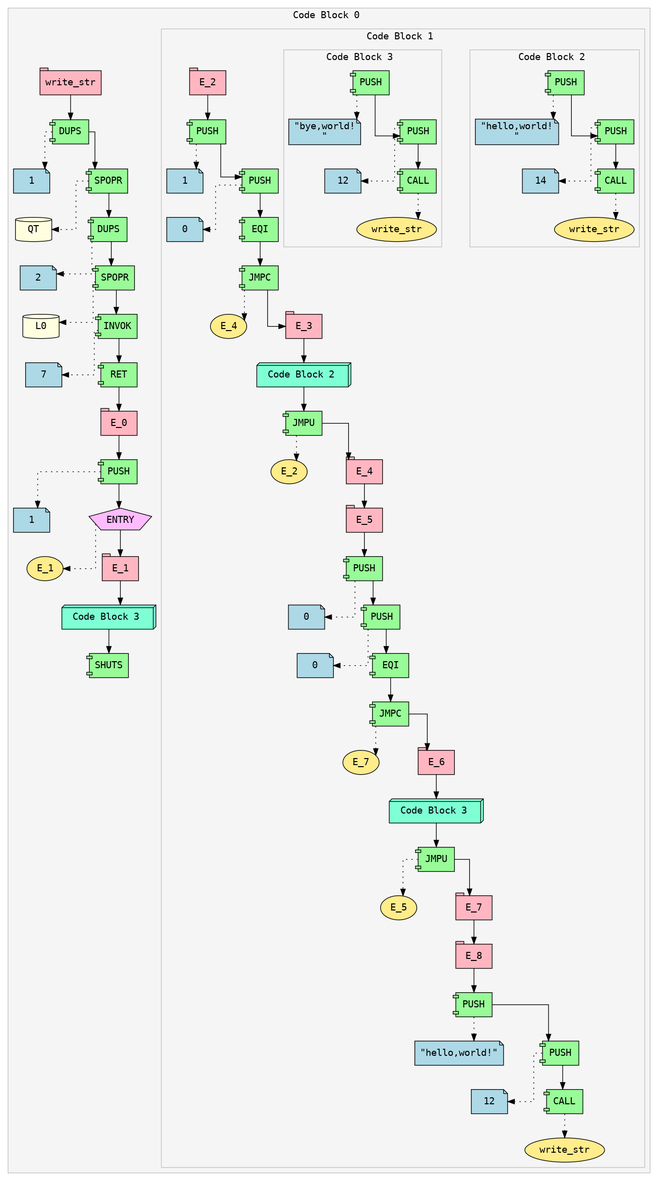
Above: ir.png in Soham-Metha/IICT_Segfault_2025 (Graphviz), before the change. Its source is kept beside it as ir.dot.
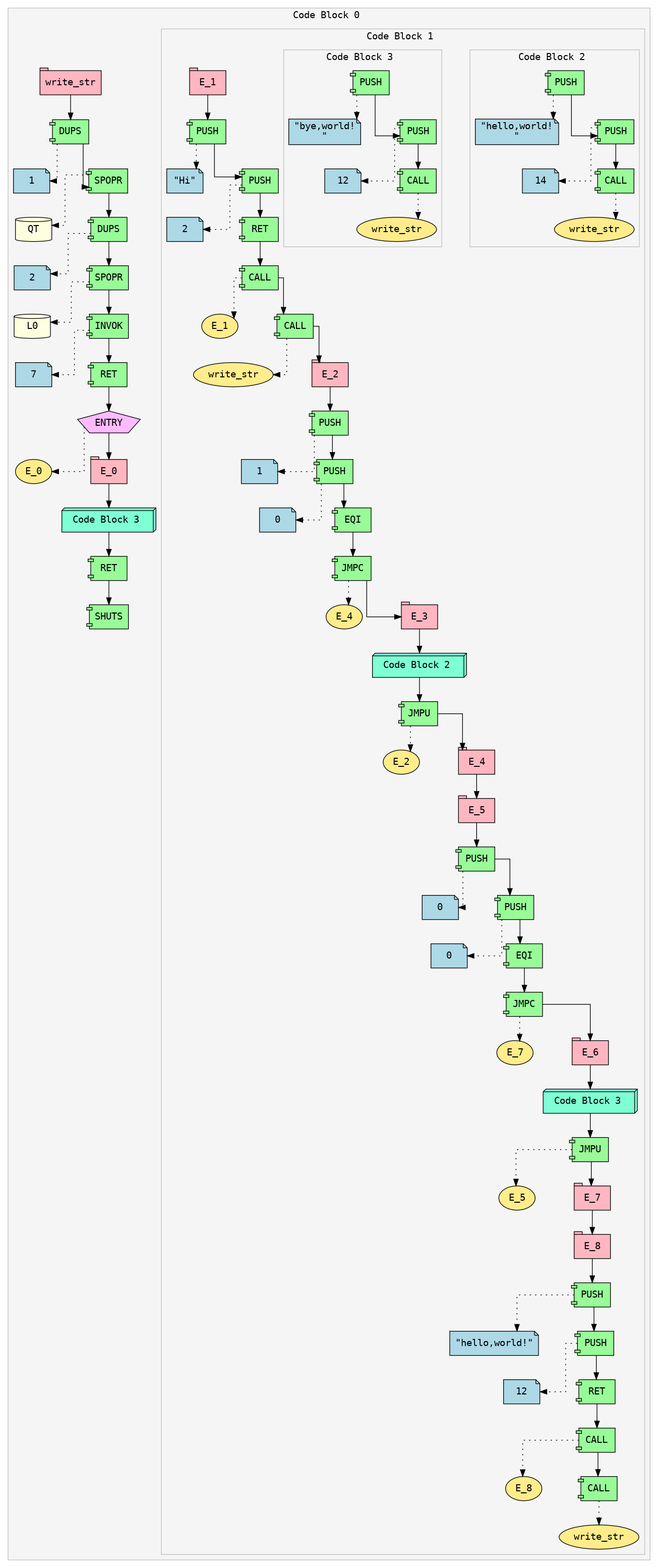
The same file after the commit.

What changed in the source:
```diff
@@ -31,129 +31,151 @@
 Expr_8 -> Expr_10;
 Expr_12 [shape=component style=filled fillcolor=palegreen fontname="Courier" label="RET"]
 Expr_10 -> Expr_12;
-Expr_13 [shape=tab style=filled fillcolor=lightpink fontname="Courier" label="E_0"]
+Expr_13 [shape=pentagon style=filled fillcolor=plum1 fontname="Courier" label="ENTRY"]
+Expr_14 [shape=ellipse style=filled fillcolor=lightgoldenrod1 fontname="Courier" label="E_0"]
+Expr_13 -> Expr_14 [style=dotted]
 Expr_12 -> Expr_13;
-Expr_14 [shape=component style=filled fillcolor=palegreen fontname="Courier" label="PUSH"]
-Expr_15 [shape=note style=filled fillcolor=lightblue fontname="Courier" label="1"]
-Expr_14 -> Expr_15 [style=dotted]
-Expr_13 -> Expr_14;
-Expr_16 [shape=pentagon style=filled fillcolor=plum1 fontname="Courier" label="ENTRY"]
-Expr_17 [shape=ellipse style=filled fillcolor=lightgoldenrod1 fontname="Courier" label="E_1"]
-Expr_16 -> Expr_17 [style=dotted]
-Expr_14 -> Expr_16;
-Expr_18 [shape=tab style=filled fillcolor=lightpink fontname="Courier" label="E_1"]
-Expr_16 -> Expr_18;
-subgraph cluster_19 {
+Expr_15 [shape=tab style=filled fillcolor=lightpink fontname="Courier" label="E_0"]
+Expr_13 -> Expr_15;
+subgraph cluster_16 {
 label="Code Block 1 ";
 style=filled;
 color=gray;
 fillcolor=whitesmoke;
 fontname="Courier";
-Expr_20 [shape=tab style=filled fillcolor=lightpink fontname="Courier" label="E_2"]
-Expr_21 [shape=component style=filled fillcolor=palegreen fontname="Courier" label="PUSH"]
-Expr_22 [shape=note style=filled fillcolor=lightblue fontname="Courier" label="1"]
-Expr_21 -> Expr_22 [style=dotted]
-Expr_20 -> Expr_21;
-Expr_23 [shape=component style=filled fillcolor=palegreen fontname="Courier" label="PUSH"]
-Expr_24 [shape=note style=filled fillcolor=lightblue fontname="Courier" label="0"]
+Expr_17 [shape=tab style=filled fillcolor=lightpink fontname="Courier" label="E_1"]
+Expr_18 [shape=component style=filled fillcolor=palegreen fontname="Courier" label="PUSH"]
+Expr_19 [shape=note style=filled fillcolor=lightblue fontname="Courier" label="\"Hi\""]
+Expr_18 -> Expr_19 [style=dotted]
+Expr_17 -> Expr_18;
+Expr_20 [shape=component style=filled fillcolor=palegreen fontname="Courier" label="PUSH"]
+Expr_21 [shape=note style=filled fillcolor=lightblue fontname="Courier" label="2"]
+Expr_20 -> Expr_21 [style=dotted]
+Expr_18 -> Expr_20;
+Expr_22 [shape=component style=filled fillcolor=palegreen fontname="Courier" label="RET"]
+Expr_20 -> Expr_22;
+Expr_23 [shape=component style=filled fillcolor=palegreen fontname="Courier" label="CALL"]
+Expr_24 [shape=ellipse style=filled fillcolor=lightgoldenrod1 fontname="Courier" label="E_1"]
 Expr_23 -> Expr_24 [style=dotted]
-Expr_21 -> Expr_23;
-Expr_25 [shape=component style=filled fillcolor=palegreen fontname="Courier" label="EQI"]
+Expr_22 -> Expr_23;
+Expr_25 [shape=component style=filled fillcolor=palegreen fontname="Courier" label="CALL"]
+Expr_26 [shape=ellipse style=filled fillcolor=lightgoldenrod1 fontname="Courier" label="write_str"]
+Expr_25 -> Expr_26 [style=dotted]
 Expr_23 -> Expr_25;
-Expr_26 [shape=component style=filled fillcolor=palegreen fontname="Courier" label="JMPC"]
-Expr_27 [shape=ellipse style=filled fillcolor=lightgoldenrod1 fontname="Courier" label="E_4"]
-Expr_26 -> Expr_27 [style=dotted]
-Expr_25 -> Expr_26;
-Expr_28 [shape=tab style=filled fillcolor=lightpink fontname="Courier" label="E_3"]
-Expr_26 -> Expr_28;
-subgraph cluster_29 {
+Expr_27 [shape=tab style=filled fillcolor=lightpink fontname="Courier" label="E_2"]
+Expr_25 -> Expr_27;
+Expr_28 [shape=component style=filled fillcolor=palegreen fontname="Courier" label="PUSH"]
+Expr_29 [shape=note style=filled fillcolor=lightblue fontname="Courier" label="1"]
+Expr_28 -> Expr_29 [style=dotted]
+Expr_27 -> Expr_28;
+Expr_30 [shape=component style=filled fillcolor=palegreen fontname="Courier" label="PUSH"]
+Expr_31 [shape=note style=filled fillcolor=lightblue fontname="Courier" label="0"]
+Expr_30 -> Expr_31 [style=dotted]
+Expr_28 -> Expr_30;
+Expr_32 [shape=component style=filled fillcolor=palegreen fontname="Courier" label="EQI"]
+Expr_30 -> Expr_32;
+Expr_33 [shape=component style=filled fillcolor=palegreen fontname="Courier" label="JMPC"]
+Expr_34 [shape=ellipse style=filled fillcolor=lightgoldenrod1 fontname="Courier" label="E_4"]
+Expr_33 -> Expr_34 [style=dotted]
+Expr_32 -> Expr_33;
+Expr_35 [shape=tab style=filled fillcolor=lightpink fontname="Courier" label="E_3"]
+Expr_33 -> Expr_35;
+subgraph cluster_36 {
 label="Code Block 2 ";
 style=filled;
 color=gray;
 fillcolor=whitesmoke;
 fontname="Courier";
-Expr_30 [shape=component style=filled fillcolor=palegreen fontname="Courier" label="PUSH"]
-Expr_31 [shape=note style=filled fillcolor=lightblue fontname="Courier" label="\"hello,world!\n\""]
-Expr_30 -> Expr_31 [style=dotted]
-Expr_32 [shape=component style=filled fillcolor=palegreen fontname="Courier" label="PUSH"]
-Expr_33 [shape=note style=filled fillcolor=lightblue fontname="Courier" label="14"]
-Expr_32 -> Expr_33 [style=dotted]
-Expr_30 -> Expr_32;
-Expr_34 [shape=component style=filled fillcolor=palegreen fontname="Courier" label="CALL"]
-Expr_35 [shape=ellipse style=filled fillcolor=lightgoldenrod1 fontname="Courier" label="write_str"]
-Expr_34 -> Expr_35 [style=dotted]
-Expr_32 -> Expr_34;
+Expr_37 [shape=component style=filled fillcolor=palegreen fontname="Courier" label="PUSH"]
+Expr_38 [shape=note style=filled fillcolor=lightblue fontname="Courier" label="\"hello,world!\n\""]
+Expr_37 -> Expr_38 [style=dotted]
+Expr_39 [shape=component style=filled fillcolor=palegreen fontname="Courier" label="PUSH"]
+Expr_40 [shape=note style=filled fillcolor=lightblue fontname="Courier" label="14"]
+Expr_39 -> Expr_40 [style=dotted]
+Expr_37 -> Expr_39;
+Expr_41 [shape=component style=filled fillcolor=palegreen fontname="Courier" label="CALL"]
+Expr_42 [shape=ellipse style=filled fillcolor=lightgoldenrod1 fontname="Courier" label="write_str"]
+Expr_41 -> Expr_42 [style=dotted]
+Expr_39 -> Expr_41;
 }
-Expr_29 [shape=box3d style=filled fillcolor=aquamarine fontname="Courier" label=" Code Block 2  "]
-Expr_28 -> Expr_29;
-Expr_36 [shape=component style=filled fillcolor=palegreen fontname="Courier" label="JMPU"]
-Expr_37 [shape=ellipse style=filled fillcolor=lightgoldenrod1 fontname="Courier" label="E_2"]
-Expr_36 -> Expr_37 [style=dotted]
-Expr_29 -> Expr_36;
-Expr_38 [shape=tab style=filled fillcolor=lightpink fontname="Courier" label="E_4"]
-Expr_36 -> Expr_38;
-Expr_39 [shape=tab style=filled fillcolor=lightpink fontname="Courier" label="E_5"]
-Expr_38 -> Expr_39;
-Expr_40 [shape=component style=filled fillcolor=palegreen fontname="Courier" label="PUSH"]
-Expr_41 [shape=note style=filled fillcolor=lightblue fontname="Courier" label="0"]
-Expr_40 -> Expr_41 [style=dotted]
-Expr_39 -> Expr_40;
-Expr_42 [shape=component style=filled fillcolor=palegreen fontname="Courier" label="PUSH"]
-Expr_43 [shape=note style=filled fillcolor=lightblue fontname="Courier" label="0"]
-Expr_42 -> Expr_43 [style=dotted]
-Expr_40 -> Expr_42;
-Expr_44 [shape=component style=filled fillcolor=palegreen fontname="Courier" label="EQI"]
-Expr_42 -> Expr_44;
-Expr_45 [shape=component style=filled fillcolor=palegreen fontname="Courier" label="JMPC"]
-Expr_46 [shape=ellipse style=filled fillcolor=lightgoldenrod1 fontname="Courier" label="E_7"]
-Expr_45 -> Expr_46 [style=dotted]
-Expr_44 -> Expr_45;
-Expr_47 [shape=tab style=filled fillcolor=lightpink fontname="Courier" label="E_6"]
-Expr_45 -> Expr_47;
-subgraph cluster_48 {
+Expr_36 [shape=box3d style=filled fillcolor=aquamarine fontname="Courier" label=" Code Block 2  "]
+Expr_35 -> Expr_36;
+Expr_43 [shape=component style=filled fillcolor=palegreen fontname="Courier" label="JMPU"]
+Expr_44 [shape=ellipse style=filled fillcolor=lightgoldenrod1 fontname="Courier" label="E_2"]
+Expr_43 -> Expr_44 [style=dotted]
+Expr_36 -> Expr_43;
+Expr_45 [shape=tab style=filled fillcolor=lightpink fontname="Courier" label="E_4"]
+Expr_43 -> Expr_45;
+Expr_46 [shape=tab style=filled fillcolor=lightpink fontname="Courier" label="E_5"]
+Expr_45 -> Expr_46;
+Expr_47 [shape=component style=filled fillcolor=palegreen fontname="Courier" label="PUSH"]
+Expr_48 [shape=note style=filled fillcolor=lightblue fontname="Courier" label="0"]
+Expr_47 -> Expr_48 [style=dotted]
+Expr_46 -> Expr_47;
+Expr_49 [shape=component style=filled fillcolor=palegreen fontname="Courier" label="PUSH"]
+Expr_50 [shape=note style=filled fillcolor=lightblue fontname="Courier" label="0"]
+Expr_49 -> Expr_50 [style=dotted]
+Expr_47 -> Expr_49;
+Expr_51 [shape=component style=filled fillcolor=palegreen fontname="Courier" label="EQI"]
+Expr_49 -> Expr_51;
+Expr_52 [shape=component style=filled fillcolor=palegreen fontname="Courier" label="JMPC"]
+Expr_53 [shape=ellipse style=filled fillcolor=lightgoldenrod1 fontname="Courier" label="E_7"]
+Expr_52 -> Expr_53 [style=dotted]
+Expr_51 -> Expr_52;
+Expr_54 [shape=tab style=filled fillcolor=lightpink fontname="Courier" label="E_6"]
+Expr_52 -> Expr_54;
+subgraph cluster_55 {
 label="Code Block 3 ";
 style=filled;
 color=gray;
 fillcolor=whitesmoke;
 fontname="Courier";
-Expr_49 [shape=component style=filled fillcolor=palegreen fontname="Courier" label="PUSH"]
-Expr_50 [shape=note style=filled fillcolor=lightblue fontname="Courier" label="\"bye,world!\n\""]
-Expr_49 -> Expr_50 [style=dotted]
-Expr_51 [shape=component style=filled fillcolor=palegreen fontname="Courier" label="PUSH"]
-Expr_52 [shape=note style=filled fillcolor=lightblue fontname="Courier" label="12"]
-Expr_51 -> Expr_52 [style=dotted]
-Expr_49 -> Expr_51;
-Expr_53 [shape=component style=filled fillcolor=palegreen fontname="Courier" label="CALL"]
-Expr_54 [shape=ellipse style=filled fillcolor=lightgoldenrod1 fontname="Courier" label="write_str"]
-Expr_53 -> Expr_54 [style=dotted]
-Expr_51 -> Expr_53;
+Expr_56 [shape=component style=filled fillcolor=palegreen fontname="Courier" label="PUSH"]
+Expr_57 [shape=note style=filled fillcolor=lightblue fontname="Courier" label="\"bye,world!\n\""]
+Expr_56 -> Expr_57 [style=dotted]
+Expr_58 [shape=component style=filled fillcolor=palegreen fontname="Courier" label="PUSH"]
+Expr_59 [shape=note style=filled fillcolor=lightblue fontname="Courier" label="12"]
+Expr_58 -> Expr_59 [style=dotted]
+Expr_56 -> Expr_58;
+Expr_60 [shape=component style=filled fillcolor=palegreen fontname="Courier" label="CALL"]
+Expr_61 [shape=ellipse style=filled fillcolor=lightgoldenrod1 fontname="Courier" label="write_str"]
+Expr_60 -> Expr_61 [style=dotted]
+Expr_58 -> Expr_60;
 }
-Expr_48 [shape=box3d style=filled fillcolor=aquamarine fontname="Courier" label=" Code Block 3  "]
-Expr_47 -> Expr_48;
-Expr_55 [shape=component style=filled fillcolor=palegreen fontname="Courier" label="JMPU"]
-Expr_56 [shape=ellipse style=filled fillcolor=lightgoldenrod1 fontname="Courier" label="E_5"]
-Expr_55 -> Expr_56 [style=dotted]
-Expr_48 -> Expr_55;
-Expr_57 [shape=tab style=filled fillcolor=lightpink fontname="Courier" label="E_7"]
-Expr_55 -> Expr_57;
-Expr_58 [shape=tab style=filled fillcolor=lightpink fontname="Courier" label="E_8"]
-Expr_57 -> Expr_58;
-Expr_59 [shape=component style=filled fillcolor=palegreen fontname="Courier" label="PUSH"]
-Expr_60 [shape=note style=filled fillcolor=lightblue fontname="Courier" label="\"hello,world!\""]
-Expr_59 -> Expr_60 [style=dotted]
-Expr_58 -> Expr_59;
-Expr_61 [shape=component style=filled fillcolor=palegreen fontname="Courier" label="PUSH"]
-Expr_62 [shape=note style=filled fillcolor=lightblue fontname="Courier" label="12"]
-Expr_61 -> Expr_62 [style=dotted]
-Expr_59 -> Expr_61;
-Expr_63 [shape=component style=filled fillcolor=palegreen fontname="Courier" label="CALL"]
-Expr_64 [shape=ellipse style=filled fillcolor=lightgoldenrod1 fontname="Courier" label="write_str"]
-Expr_63 -> Expr_64 [style=dotted]
-Expr_61 -> Expr_63;
+Expr_55 [shape=box3d style=filled fillcolor=aquamarine fontname="Courier" label=" Code Block 3  "]
+Expr_54 -> Expr_55;
+Expr_62 [shape=component style=filled fillcolor=palegreen fontname="Courier" label="JMPU"]
+Expr_63 [shape=ellipse style=filled fillcolor=lightgoldenrod1 fontname="Courier" label="E_5"]
+Expr_62 -> Expr_63 [style=dotted]
+Expr_55 -> Expr_62;
+Expr_64 [shape=tab style=filled fillcolor=lightpink fontname="Courier" label="E_7"]
+Expr_62 -> Expr_64;
+Expr_65 [shape=tab style=filled fillcolor=lightpink fontname="Courier" label="E_8"]
+Expr_64 -> Expr_65;
+Expr_66 [shape=component style=filled fillcolor=palegreen fontname="Courier" label="PUSH"]
+Expr_67 [shape=note style=filled fillcolor=lightblue fontname="Courier" label="\"hello,world!\""]
+Expr_66 -> Expr_67 [style=dotted]
+Expr_65 -> Expr_66;
+Expr_68 [shape=component style=filled fillcolor=palegreen fontname="Courier" label="PUSH"]
+Expr_69 [shape=note style=filled fillcolor=lightblue fontname="Courier" label="12"]
+Expr_68 -> Expr_69 [style=dotted]
+Expr_66 -> Expr_68;
+Expr_70 [shape=component style=filled fillcolor=palegreen fontname="Courier" label="RET"]
+Expr_68 -> Expr_70;
+Expr_71 [shape=component style=filled fillcolor=palegreen fontname="Courier" label="CALL"]
+Expr_72 [shape=ellipse style=filled fillcolor=lightgoldenrod1 fontname="Courier" label="E_8"]
+Expr_71 -> Expr_72 [style=dotted]
+Expr_70 -> Expr_71;
+Expr_73 [shape=component style=filled fillcolor=palegreen fontname="Courier" label="CALL"]
+Expr_74 [shape=ellipse style=filled fillcolor=lightgoldenrod1 fontname="Courier" label="write_str"]
+Expr_73 -> Expr_74 [style=dotted]
+Expr_71 -> Expr_73;
 }
-Expr_19 [shape=box3d style=filled fillcolor=aquamarine fontname="Courier" label=" Code Block 3  "]
-Expr_18 -> Expr_19;
-Expr_65 [shape=component style=filled fillcolor=palegreen fontname="Courier" label="SHUTS"]
-Expr_19 -> Expr_65;
+Expr_16 [shape=box3d style=filled fillcolor=aquamarine fontname="Courier" label=" Code Block 3  "]
+Expr_15 -> Expr_16;
+Expr_75 [shape=component style=filled fillcolor=palegreen fontname="Courier" label="RET"]
+Expr_16 -> Expr_75;
+Expr_76 [shape=component style=filled fillcolor=palegreen fontname="Courier" label="SHUTS"]
+Expr_75 -> Expr_76;
 }
 }
```
